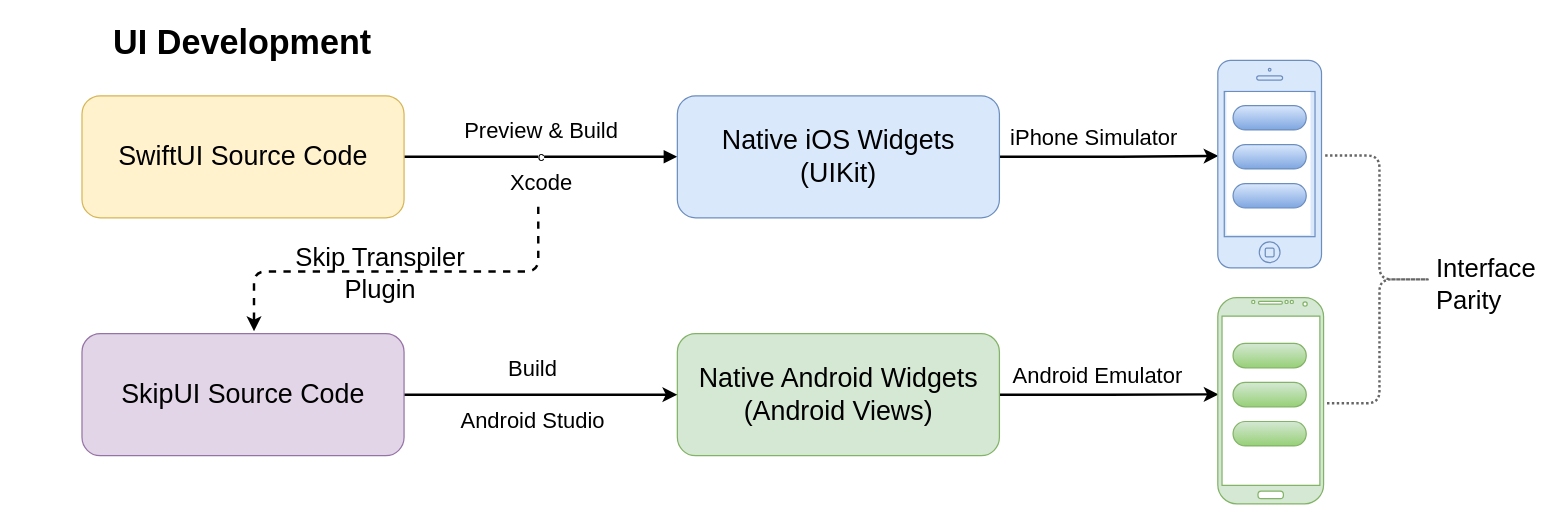
The draw.io diagram page "ui" (3 of 3) of diagrams/skip-diagrams.drawio in skiptools/assets.skip.tools, before the edit. Source tidied: cells renumbered, new cells numbered last; positions are measured from the earlier drawing's top-left corner, leaving out a move shared by most shapes. Both pictures are drawn from the tidied source at 122%, with x=0, y=0 at pixel (21, 23).
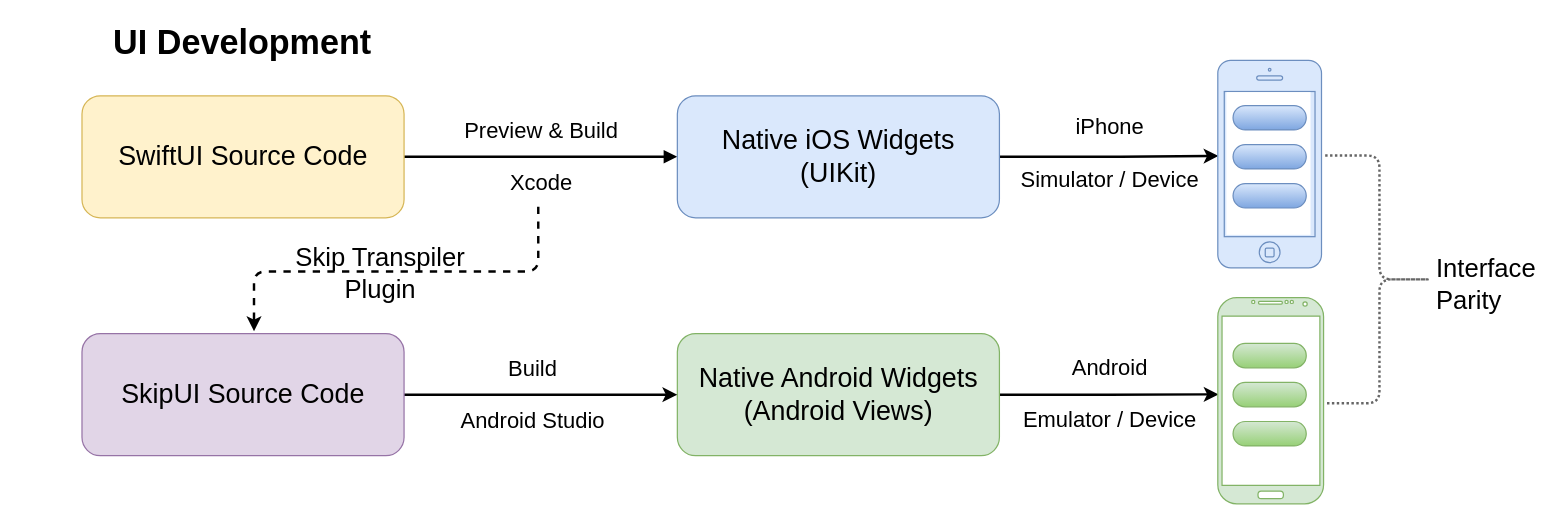
The same page after the edit.

Unchanged cells that the change refers to:
```xml
<mxCell id="7" value="SwiftUI Source Code" style="rounded=1;whiteSpace=wrap;html=1;fontSize=22;fillColor=#fff2cc;strokeColor=#d6b656;fillStyle=auto;" parent="1" vertex="1">
  <mxGeometry x="49.7" y="59" width="264" height="100" as="geometry" />
</mxCell>
<mxCell id="9" value="Native iOS Widgets&lt;br&gt;(UIKit)" style="rounded=1;whiteSpace=wrap;html=1;fontSize=22;fillColor=#dae8fc;strokeColor=#6c8ebf;" parent="1" vertex="1">
  <mxGeometry x="537.7" y="59" width="264" height="100" as="geometry" />
</mxCell>
<mxCell id="12" style="edgeStyle=orthogonalEdgeStyle;rounded=0;jettySize=auto;html=1;exitX=1;exitY=0.5;exitDx=0;exitDy=0;entryX=0;entryY=0.5;entryDx=0;entryDy=0;strokeWidth=2;" parent="1" edge="1" source="16" target="11">
  <mxGeometry relative="1" as="geometry" />
</mxCell>
```

What changed in the source:
```diff
@@
-    <mxCell id="3" value="c" style="edgeStyle=orthogonalEdgeStyle;jettySize=auto;html=1;exitX=1;exitY=0.5;exitDx=0;exitDy=0;entryX=0;entryY=0.5;entryDx=0;entryDy=0;endArrow=block;endFill=1;strokeWidth=2;" parent="1" edge="1" source="7" target="9">
+    <mxCell id="3" style="edgeStyle=orthogonalEdgeStyle;jettySize=auto;html=1;exitX=1;exitY=0.5;exitDx=0;exitDy=0;entryX=0;entryY=0.5;entryDx=0;entryDy=0;endArrow=block;endFill=1;strokeWidth=2;" parent="1" edge="1" source="7" target="9">
       <mxGeometry relative="1" as="geometry" />
     </mxCell>
@@
-    <mxCell id="14" value="iPhone Simulator" style="edgeLabel;html=1;align=center;verticalAlign=middle;fontSize=18;labelBackgroundColor=none;" parent="12" vertex="1">
+    <mxCell id="14" value="iPhone&lt;br&gt;&lt;br&gt;Simulator / Device" style="edgeLabel;html=1;align=center;verticalAlign=middle;fontSize=18;labelBackgroundColor=none;" parent="12" vertex="1">
       <mxGeometry x="-0.25" y="1" relative="1" as="geometry">
-        <mxPoint x="481" y="-210" as="offset" />
+        <mxPoint x="494" y="-197" as="offset" />
       </mxGeometry>
     </mxCell>
-    <mxCell id="15" value="Android Emulator" style="edgeLabel;html=1;align=center;verticalAlign=middle;fontSize=18;labelBackgroundColor=none;" parent="12" vertex="1">
+    <mxCell id="15" value="Android&lt;br&gt;&lt;br&gt;Emulator / Device" style="edgeLabel;html=1;align=center;verticalAlign=middle;fontSize=18;labelBackgroundColor=none;" parent="12" vertex="1">
       <mxGeometry x="-0.25" y="1" relative="1" as="geometry">
-        <mxPoint x="484" y="-15" as="offset" />
+        <mxPoint x="494" as="offset" />
       </mxGeometry>
     </mxCell>
```
